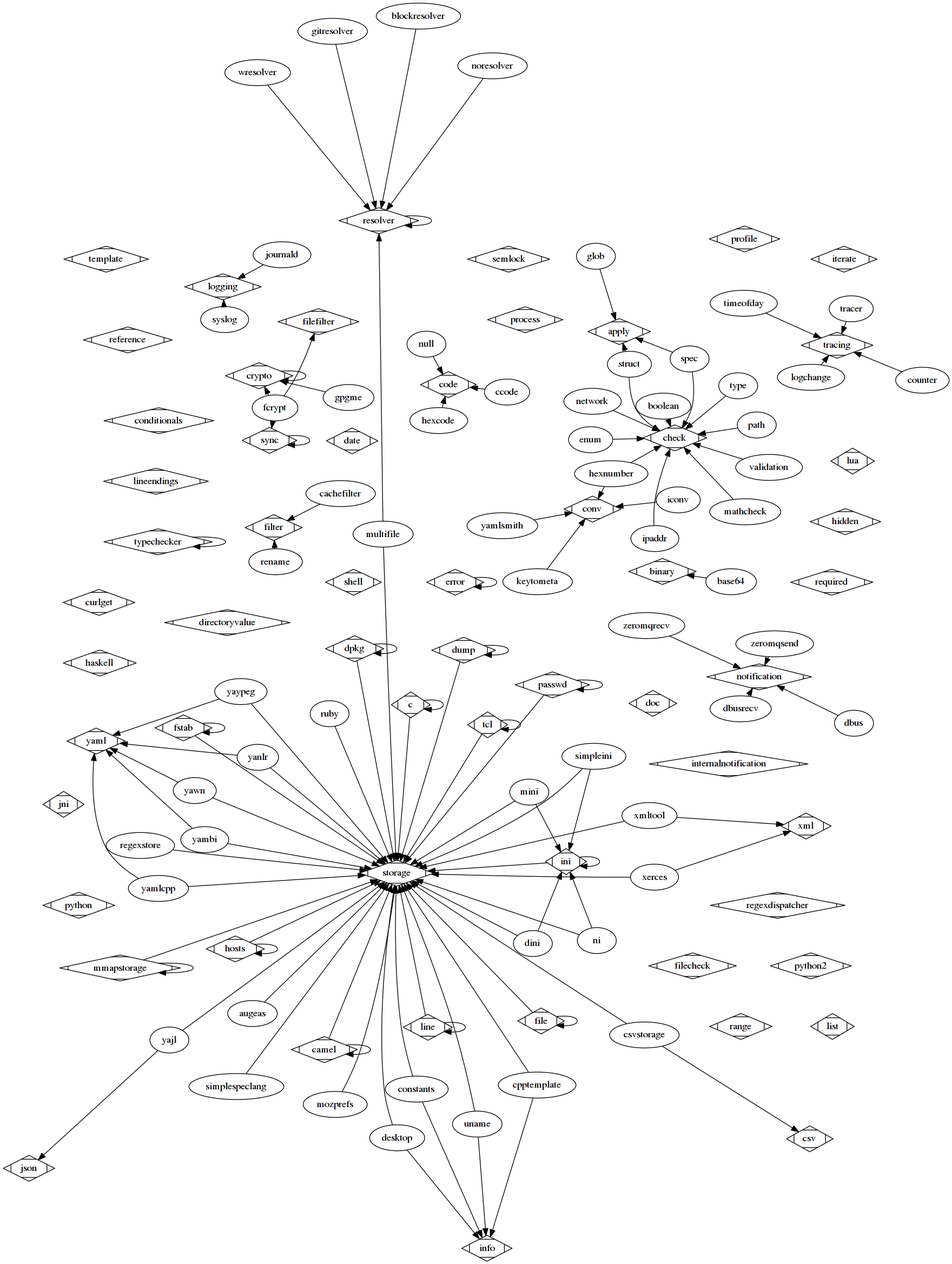
This is doc/images/plugins.png from ElektraInitiative/libelektra, a Graphviz export, as it was before one commit. Its source is kept beside it as doc/images/plugins.dot.
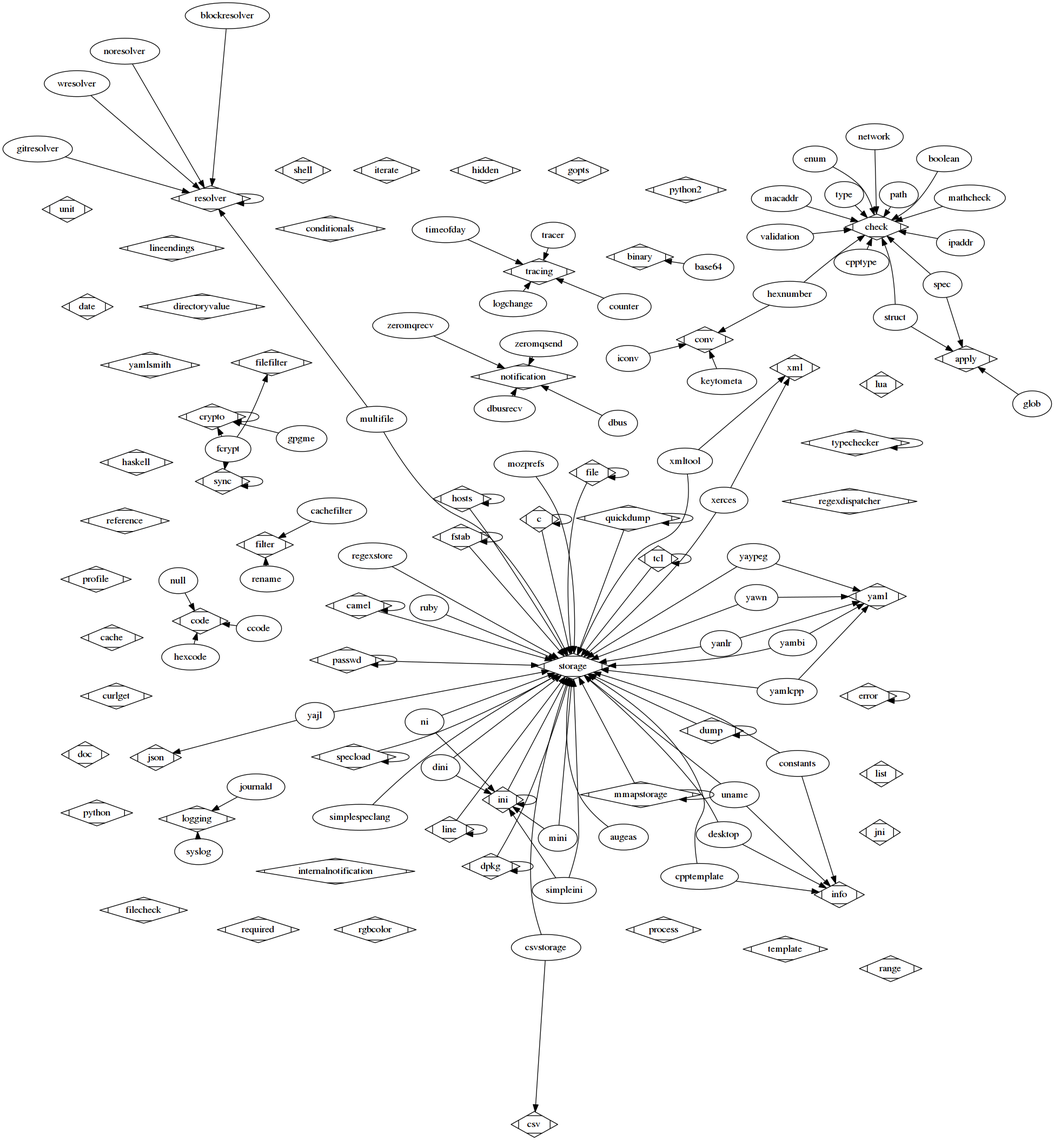
After the commit.

Commit message:
release: redraw plugins

Diff of the diagram source:
```diff
@@ -12,6 +12,7 @@
 	c -> storage;
 	c [shape=Mdiamond];
 	c -> c;
+	cache [shape=Mdiamond];
 	filter [shape=Mdiamond];
 	cachefilter -> filter;
 	storage [shape=Mdiamond];
@@ -31,6 +32,8 @@
 	cpptemplate -> storage;
 	info [shape=Mdiamond];
 	cpptemplate -> info;
+	check [shape=Mdiamond];
+	cpptype -> check;
 	crypto [shape=Mdiamond];
 	crypto -> crypto;
 	storage [shape=Mdiamond];
@@ -84,6 +87,7 @@
 	gitresolver -> resolver;
 	apply [shape=Mdiamond];
 	glob -> apply;
+	gopts [shape=Mdiamond];
 	crypto [shape=Mdiamond];
 	gpgme -> crypto;
 	haskell [shape=Mdiamond];
@@ -123,6 +127,8 @@
 	logchange -> tracing;
 	lua [shape=Mdiamond];
 	check [shape=Mdiamond];
+	macaddr -> check;
+	check [shape=Mdiamond];
 	mathcheck -> check;
 	storage [shape=Mdiamond];
 	mini -> storage;
@@ -158,6 +164,10 @@
 	profile [shape=Mdiamond];
 	python [shape=Mdiamond];
 	python2 [shape=Mdiamond];
+	storage [shape=Mdiamond];
+	quickdump -> storage;
+	quickdump [shape=Mdiamond];
+	quickdump -> quickdump;
 	range [shape=Mdiamond];
 	reference [shape=Mdiamond];
 	regexdispatcher [shape=Mdiamond];
@@ -168,9 +178,9 @@
 	required [shape=Mdiamond];
 	resolver [shape=Mdiamond];
 	resolver -> resolver;
+	rgbcolor [shape=Mdiamond];
 	storage [shape=Mdiamond];
 	ruby -> storage;
-	semlock [shape=Mdiamond];
 	shell [shape=Mdiamond];
 	storage [shape=Mdiamond];
 	simpleini -> storage;
@@ -182,6 +192,10 @@
 	spec -> check;
 	apply [shape=Mdiamond];
 	spec -> apply;
+	storage [shape=Mdiamond];
+	specload -> storage;
+	specload [shape=Mdiamond];
+	specload -> specload;
 	apply [shape=Mdiamond];
 	struct -> apply;
 	check [shape=Mdiamond];
@@ -207,6 +221,7 @@
 	uname -> storage;
 	info [shape=Mdiamond];
 	uname -> info;
+	unit [shape=Mdiamond];
 	check [shape=Mdiamond];
 	validation -> check;
 	resolver [shape=Mdiamond];
@@ -231,8 +246,7 @@
 	yamlcpp -> storage;
 	yaml [shape=Mdiamond];
 	yamlcpp -> yaml;
-	conv [shape=Mdiamond];
-	yamlsmith -> conv;
+	yamlsmith [shape=Mdiamond];
 	storage [shape=Mdiamond];
 	yanlr -> storage;
 	yaml [shape=Mdiamond];
```
